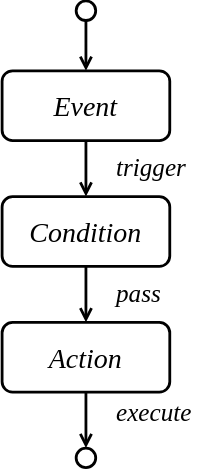
The draw.io diagram system design/assets/ECA.svg in Algo2147483647/engineering, before a commit. Source tidied: cells renumbered, new cells last; positions are measured from the earlier drawing's top-left corner, leaving out a move shared by most shapes. The source it was exported from:
```xml
<mxGraphModel>
  <root>
    <mxCell id="0" />
    <mxCell id="1" parent="0" />
    <mxCell id="2" style="edgeStyle=orthogonalEdgeStyle;rounded=1;jettySize=auto;html=1;strokeWidth=2;endArrow=open;endFill=0;strokeColor=default;curved=0;entryX=0.5;entryY=0;entryDx=0;entryDy=0;" parent="1" edge="1" source="3" target="5">
      <mxGeometry relative="1" as="geometry" />
    </mxCell>
    <mxCell id="3" value="Event" style="rounded=1;whiteSpace=wrap;html=1;strokeWidth=2;fontFamily=Times New Roman;fontStyle=2;fontSize=20;" parent="1" vertex="1">
      <mxGeometry y="50" width="120" height="50" as="geometry" />
    </mxCell>
    <mxCell id="4" style="edgeStyle=orthogonalEdgeStyle;shape=connector;curved=0;rounded=1;jettySize=auto;html=1;strokeColor=default;strokeWidth=2;align=center;verticalAlign=middle;fontFamily=Helvetica;fontSize=11;fontColor=default;labelBackgroundColor=default;endArrow=open;endFill=0;" parent="1" edge="1" source="5" target="7">
      <mxGeometry relative="1" as="geometry" />
    </mxCell>
    <mxCell id="5" value="Condition" style="rounded=1;whiteSpace=wrap;html=1;strokeWidth=2;fontFamily=Times New Roman;fontStyle=2;fontSize=20;" parent="1" vertex="1">
      <mxGeometry y="140" width="120" height="50" as="geometry" />
    </mxCell>
    <mxCell id="6" style="edgeStyle=orthogonalEdgeStyle;shape=connector;curved=0;rounded=1;jettySize=auto;html=1;strokeColor=default;strokeWidth=2;align=center;verticalAlign=middle;fontFamily=Helvetica;fontSize=11;fontColor=default;labelBackgroundColor=default;endArrow=open;endFill=0;" parent="1" edge="1" source="7" target="10">
      <mxGeometry relative="1" as="geometry" />
    </mxCell>
    <mxCell id="7" value="Action" style="rounded=1;whiteSpace=wrap;html=1;strokeWidth=2;fontFamily=Times New Roman;fontStyle=2;fontSize=20;" parent="1" vertex="1">
      <mxGeometry y="230" width="120" height="50" as="geometry" />
    </mxCell>
    <mxCell id="8" value="&lt;span style=&quot;color: rgb(0, 0, 0); font-family: &amp;quot;Times New Roman&amp;quot;; font-size: 18px; font-style: italic; font-variant-ligatures: normal; font-variant-caps: normal; font-weight: 400; letter-spacing: normal; orphans: 2; text-indent: 0px; text-transform: none; widows: 2; word-spacing: 0px; -webkit-text-stroke-width: 0px; white-space: normal; text-decoration-thickness: initial; text-decoration-style: initial; text-decoration-color: initial; float: none; display: inline !important;&quot;&gt;trigger&lt;/span&gt;" style="text;whiteSpace=wrap;html=1;fontFamily=Helvetica;fontSize=11;fontColor=default;labelBackgroundColor=none;align=left;verticalAlign=middle;" parent="1" vertex="1">
      <mxGeometry x="80" y="100" width="70" height="40" as="geometry" />
    </mxCell>
    <mxCell id="9" value="&lt;span style=&quot;color: rgb(0, 0, 0); font-family: &amp;quot;Times New Roman&amp;quot;; font-size: 18px; font-style: italic; font-variant-ligatures: normal; font-variant-caps: normal; font-weight: 400; letter-spacing: normal; orphans: 2; text-indent: 0px; text-transform: none; widows: 2; word-spacing: 0px; -webkit-text-stroke-width: 0px; white-space: normal; text-decoration-thickness: initial; text-decoration-style: initial; text-decoration-color: initial; float: none; display: inline !important;&quot;&gt;pass&lt;/span&gt;" style="text;whiteSpace=wrap;html=1;fontFamily=Helvetica;fontSize=11;fontColor=default;labelBackgroundColor=none;align=left;verticalAlign=middle;" parent="1" vertex="1">
      <mxGeometry x="80" y="190" width="70" height="40" as="geometry" />
    </mxCell>
    <mxCell id="10" style="ellipse;whiteSpace=wrap;html=1;strokeWidth=2;" parent="1" vertex="1">
      <mxGeometry x="53" y="320" width="14" height="14" as="geometry" />
    </mxCell>
    <mxCell id="11" value="&lt;span style=&quot;color: rgb(0, 0, 0); font-family: &amp;quot;Times New Roman&amp;quot;; font-size: 18px; font-style: italic; font-variant-ligatures: normal; font-variant-caps: normal; font-weight: 400; letter-spacing: normal; orphans: 2; text-indent: 0px; text-transform: none; widows: 2; word-spacing: 0px; -webkit-text-stroke-width: 0px; white-space: normal; text-decoration-thickness: initial; text-decoration-style: initial; text-decoration-color: initial; float: none; display: inline !important;&quot;&gt;execute&lt;/span&gt;" style="text;whiteSpace=wrap;html=1;fontFamily=Helvetica;fontSize=11;fontColor=default;labelBackgroundColor=none;align=left;verticalAlign=middle;" parent="1" vertex="1">
      <mxGeometry x="80" y="280" width="70" height="30" as="geometry" />
    </mxCell>
    <mxCell id="12" style="edgeStyle=orthogonalEdgeStyle;shape=connector;curved=0;rounded=1;jettySize=auto;html=1;entryX=0.5;entryY=0;entryDx=0;entryDy=0;strokeColor=default;strokeWidth=2;align=center;verticalAlign=middle;fontFamily=Helvetica;fontSize=11;fontColor=default;labelBackgroundColor=default;endArrow=open;endFill=0;" parent="1" edge="1" source="13" target="3">
      <mxGeometry relative="1" as="geometry" />
    </mxCell>
    <mxCell id="13" style="ellipse;whiteSpace=wrap;html=1;strokeWidth=2;" parent="1" vertex="1">
      <mxGeometry x="53" width="14" height="14" as="geometry" />
    </mxCell>
  </root>
</mxGraphModel>
```
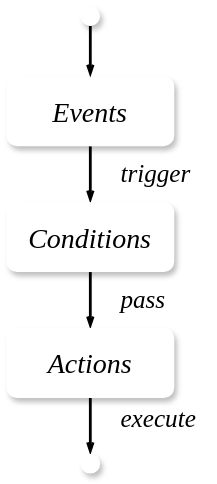
The same file after the commit.

Change to the diagram source:
```diff
@@ -2,22 +2,22 @@
   <root>
     <mxCell id="0" />
     <mxCell id="1" parent="0" />
-    <mxCell id="2" style="edgeStyle=orthogonalEdgeStyle;rounded=1;jettySize=auto;html=1;strokeWidth=2;endArrow=open;endFill=0;strokeColor=default;curved=0;entryX=0.5;entryY=0;entryDx=0;entryDy=0;" parent="1" edge="1" source="3" target="5">
+    <mxCell id="2" style="edgeStyle=orthogonalEdgeStyle;rounded=1;jettySize=auto;html=1;strokeWidth=2;endArrow=openThin;endFill=0;strokeColor=default;curved=0;entryX=0.5;entryY=0;entryDx=0;entryDy=0;endSize=4;" parent="1" edge="1" source="3" target="5">
       <mxGeometry relative="1" as="geometry" />
     </mxCell>
-    <mxCell id="3" value="Event" style="rounded=1;whiteSpace=wrap;html=1;strokeWidth=2;fontFamily=Times New Roman;fontStyle=2;fontSize=20;" parent="1" vertex="1">
+    <mxCell id="3" value="Events" style="rounded=1;whiteSpace=wrap;html=1;strokeWidth=2;fontFamily=Times New Roman;fontStyle=2;fontSize=20;shadow=1;strokeColor=none;" parent="1" vertex="1">
       <mxGeometry y="50" width="120" height="50" as="geometry" />
     </mxCell>
-    <mxCell id="4" style="edgeStyle=orthogonalEdgeStyle;shape=connector;curved=0;rounded=1;jettySize=auto;html=1;strokeColor=default;strokeWidth=2;align=center;verticalAlign=middle;fontFamily=Helvetica;fontSize=11;fontColor=default;labelBackgroundColor=default;endArrow=open;endFill=0;" parent="1" edge="1" source="5" target="7">
+    <mxCell id="4" style="edgeStyle=orthogonalEdgeStyle;shape=connector;curved=0;rounded=1;jettySize=auto;html=1;strokeColor=default;strokeWidth=2;align=center;verticalAlign=middle;fontFamily=Helvetica;fontSize=11;fontColor=default;labelBackgroundColor=default;endArrow=openThin;endFill=0;endSize=4;" parent="1" edge="1" source="5" target="7">
       <mxGeometry relative="1" as="geometry" />
     </mxCell>
-    <mxCell id="5" value="Condition" style="rounded=1;whiteSpace=wrap;html=1;strokeWidth=2;fontFamily=Times New Roman;fontStyle=2;fontSize=20;" parent="1" vertex="1">
+    <mxCell id="5" value="Conditions" style="rounded=1;whiteSpace=wrap;html=1;strokeWidth=2;fontFamily=Times New Roman;fontStyle=2;fontSize=20;shadow=1;strokeColor=none;" parent="1" vertex="1">
       <mxGeometry y="140" width="120" height="50" as="geometry" />
     </mxCell>
-    <mxCell id="6" style="edgeStyle=orthogonalEdgeStyle;shape=connector;curved=0;rounded=1;jettySize=auto;html=1;strokeColor=default;strokeWidth=2;align=center;verticalAlign=middle;fontFamily=Helvetica;fontSize=11;fontColor=default;labelBackgroundColor=default;endArrow=open;endFill=0;" parent="1" edge="1" source="7" target="10">
+    <mxCell id="6" style="edgeStyle=orthogonalEdgeStyle;shape=connector;curved=0;rounded=1;jettySize=auto;html=1;strokeColor=default;strokeWidth=2;align=center;verticalAlign=middle;fontFamily=Helvetica;fontSize=11;fontColor=default;labelBackgroundColor=default;endArrow=openThin;endFill=0;endSize=4;" parent="1" edge="1" source="7" target="10">
       <mxGeometry relative="1" as="geometry" />
     </mxCell>
-    <mxCell id="7" value="Action" style="rounded=1;whiteSpace=wrap;html=1;strokeWidth=2;fontFamily=Times New Roman;fontStyle=2;fontSize=20;" parent="1" vertex="1">
+    <mxCell id="7" value="Actions" style="rounded=1;whiteSpace=wrap;html=1;strokeWidth=2;fontFamily=Times New Roman;fontStyle=2;fontSize=20;shadow=1;strokeColor=none;" parent="1" vertex="1">
       <mxGeometry y="230" width="120" height="50" as="geometry" />
     </mxCell>
     <mxCell id="8" value="&lt;span style=&quot;color: rgb(0, 0, 0); font-family: &amp;quot;Times New Roman&amp;quot;; font-size: 18px; font-style: italic; font-variant-ligatures: normal; font-variant-caps: normal; font-weight: 400; letter-spacing: normal; orphans: 2; text-indent: 0px; text-transform: none; widows: 2; word-spacing: 0px; -webkit-text-stroke-width: 0px; white-space: normal; text-decoration-thickness: initial; text-decoration-style: initial; text-decoration-color: initial; float: none; display: inline !important;&quot;&gt;trigger&lt;/span&gt;" style="text;whiteSpace=wrap;html=1;fontFamily=Helvetica;fontSize=11;fontColor=default;labelBackgroundColor=none;align=left;verticalAlign=middle;" parent="1" vertex="1">
@@ -26,16 +26,16 @@
     <mxCell id="9" value="&lt;span style=&quot;color: rgb(0, 0, 0); font-family: &amp;quot;Times New Roman&amp;quot;; font-size: 18px; font-style: italic; font-variant-ligatures: normal; font-variant-caps: normal; font-weight: 400; letter-spacing: normal; orphans: 2; text-indent: 0px; text-transform: none; widows: 2; word-spacing: 0px; -webkit-text-stroke-width: 0px; white-space: normal; text-decoration-thickness: initial; text-decoration-style: initial; text-decoration-color: initial; float: none; display: inline !important;&quot;&gt;pass&lt;/span&gt;" style="text;whiteSpace=wrap;html=1;fontFamily=Helvetica;fontSize=11;fontColor=default;labelBackgroundColor=none;align=left;verticalAlign=middle;" parent="1" vertex="1">
       <mxGeometry x="80" y="190" width="70" height="40" as="geometry" />
     </mxCell>
-    <mxCell id="10" style="ellipse;whiteSpace=wrap;html=1;strokeWidth=2;" parent="1" vertex="1">
+    <mxCell id="10" style="ellipse;whiteSpace=wrap;html=1;strokeWidth=1;shadow=1;strokeColor=none;" parent="1" vertex="1">
       <mxGeometry x="53" y="320" width="14" height="14" as="geometry" />
     </mxCell>
     <mxCell id="11" value="&lt;span style=&quot;color: rgb(0, 0, 0); font-family: &amp;quot;Times New Roman&amp;quot;; font-size: 18px; font-style: italic; font-variant-ligatures: normal; font-variant-caps: normal; font-weight: 400; letter-spacing: normal; orphans: 2; text-indent: 0px; text-transform: none; widows: 2; word-spacing: 0px; -webkit-text-stroke-width: 0px; white-space: normal; text-decoration-thickness: initial; text-decoration-style: initial; text-decoration-color: initial; float: none; display: inline !important;&quot;&gt;execute&lt;/span&gt;" style="text;whiteSpace=wrap;html=1;fontFamily=Helvetica;fontSize=11;fontColor=default;labelBackgroundColor=none;align=left;verticalAlign=middle;" parent="1" vertex="1">
       <mxGeometry x="80" y="280" width="70" height="30" as="geometry" />
     </mxCell>
-    <mxCell id="12" style="edgeStyle=orthogonalEdgeStyle;shape=connector;curved=0;rounded=1;jettySize=auto;html=1;entryX=0.5;entryY=0;entryDx=0;entryDy=0;strokeColor=default;strokeWidth=2;align=center;verticalAlign=middle;fontFamily=Helvetica;fontSize=11;fontColor=default;labelBackgroundColor=default;endArrow=open;endFill=0;" parent="1" edge="1" source="13" target="3">
+    <mxCell id="12" style="edgeStyle=orthogonalEdgeStyle;shape=connector;curved=0;rounded=1;jettySize=auto;html=1;entryX=0.5;entryY=0;entryDx=0;entryDy=0;strokeColor=default;strokeWidth=2;align=center;verticalAlign=middle;fontFamily=Helvetica;fontSize=11;fontColor=default;labelBackgroundColor=default;endArrow=openThin;endFill=0;endSize=4;" parent="1" edge="1" source="13" target="3">
       <mxGeometry relative="1" as="geometry" />
     </mxCell>
-    <mxCell id="13" style="ellipse;whiteSpace=wrap;html=1;strokeWidth=2;" parent="1" vertex="1">
+    <mxCell id="13" style="ellipse;whiteSpace=wrap;html=1;strokeWidth=1;shadow=1;strokeColor=none;" parent="1" vertex="1">
       <mxGeometry x="53" width="14" height="14" as="geometry" />
     </mxCell>
   </root>
```
